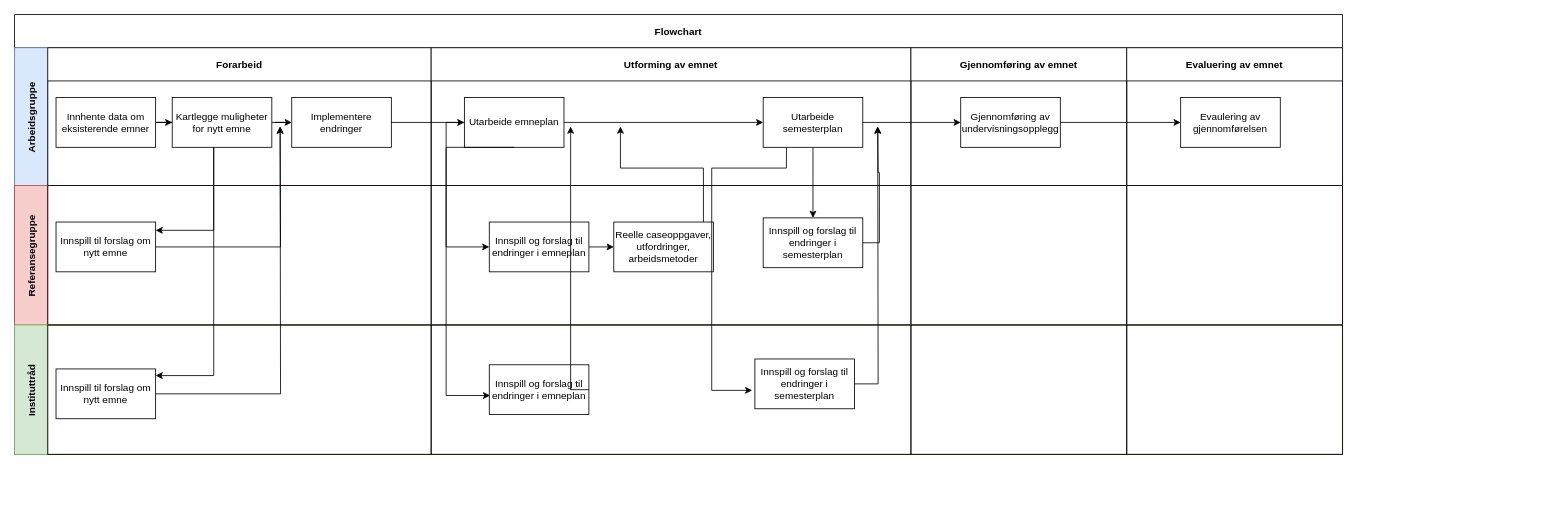
Before: flowinprogress.drawio in stianfuru/DIKU, a draw.io diagram. Source tidied: cells renumbered, new cells numbered last; positions are measured from the earlier drawing's top-left corner, leaving out a move shared by most shapes. Both pictures are drawn from the tidied source at 83%, with x=0, y=0 at pixel (14, 14).
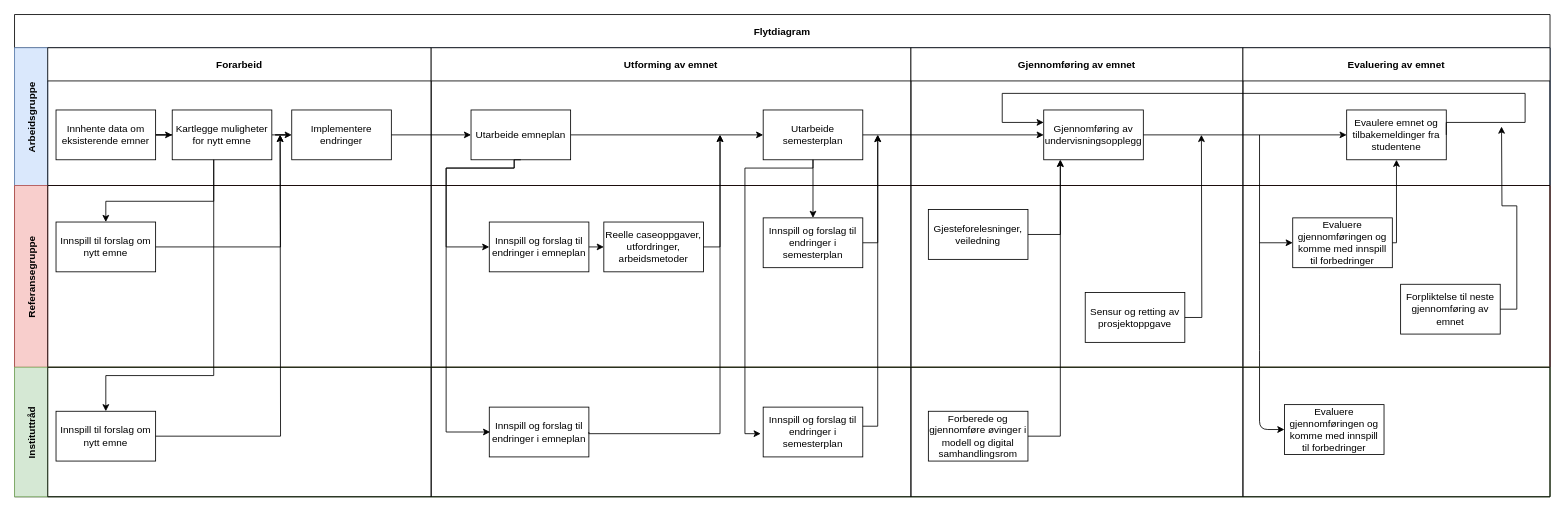
After the change.

The change refers to these unchanged cells:
```xml
<mxCell id="4" value="Forarbeid" style="swimlane;startSize=40;" parent="3" vertex="1">
  <mxGeometry x="40" width="462" height="166" as="geometry" />
</mxCell>
<mxCell id="10" value="Utforming av emnet" style="swimlane;startSize=40;" parent="3" vertex="1">
  <mxGeometry x="502" width="578" height="166" as="geometry" />
</mxCell>
<mxCell id="23" value="Innspill til forslag om nytt emne" style="rounded=0;whiteSpace=wrap;html=1;" parent="22" vertex="1">
  <mxGeometry x="10" y="44" width="120" height="60" as="geometry" />
</mxCell>
<mxCell id="26" value="Innspill og forslag til endringer i emneplan" style="rounded=0;whiteSpace=wrap;html=1;" parent="24" vertex="1">
  <mxGeometry x="70" y="44" width="120" height="60" as="geometry" />
</mxCell>
<mxCell id="27" value="Innspill og forslag til endringer i semesterplan" style="rounded=0;whiteSpace=wrap;html=1;" parent="24" vertex="1">
  <mxGeometry x="400" y="39" width="120" height="60" as="geometry" />
</mxCell>
<mxCell id="33" value="Innspill til forslag om nytt emne" style="rounded=0;whiteSpace=wrap;html=1;" parent="32" vertex="1">
  <mxGeometry x="10" y="53" width="120" height="60" as="geometry" />
</mxCell>
<mxCell id="34" style="swimlane;startSize=0;" parent="31" vertex="1">
  <mxGeometry x="502" width="578" height="156" as="geometry" />
</mxCell>
<mxCell id="35" value="Innspill og forslag til endringer i emneplan" style="rounded=0;whiteSpace=wrap;html=1;" parent="34" vertex="1">
  <mxGeometry x="70" y="48" width="120" height="60" as="geometry" />
</mxCell>
```

What changed in the source:
```diff
@@
-    <mxCell id="2" value="Flowchart" style="shape=table;childLayout=tableLayout;rowLines=0;columnLines=0;startSize=40;fontStyle=1;" parent="1" vertex="1">
-      <mxGeometry width="1600" height="530" as="geometry" />
+    <mxCell id="2" value="Flytdiagram" style="shape=table;childLayout=tableLayout;rowLines=0;columnLines=0;startSize=40;fontStyle=1;" parent="1" vertex="1">
+      <mxGeometry width="1850" height="581" as="geometry" />
     </mxCell>
     <mxCell id="3" value="Arbeidsgruppe" style="swimlane;horizontal=0;startSize=40;fillColor=#dae8fc;strokeColor=#6c8ebf;" parent="2" vertex="1">
-      <mxGeometry y="40" width="1600" height="166" as="geometry" />
+      <mxGeometry y="40" width="1850" height="166" as="geometry" />
     </mxCell>
@@
     <mxCell id="6" value="Innhente data om eksisterende emner" style="rounded=0;whiteSpace=wrap;html=1;" parent="4" vertex="1">
-      <mxGeometry x="10" y="60" width="120" height="60" as="geometry" />
+      <mxGeometry x="10" y="75" width="120" height="60" as="geometry" />
     </mxCell>
@@
     <mxCell id="8" value="Kartlegge muligheter for nytt emne" style="rounded=0;whiteSpace=wrap;html=1;" parent="4" vertex="1">
-      <mxGeometry x="150" y="60" width="120" height="60" as="geometry" />
+      <mxGeometry x="150" y="75" width="120" height="60" as="geometry" />
     </mxCell>
     <mxCell id="9" value="Implementere endringer" style="rounded=0;whiteSpace=wrap;html=1;" parent="4" vertex="1">
-      <mxGeometry x="294" y="60" width="120" height="60" as="geometry" />
+      <mxGeometry x="294" y="75" width="120" height="60" as="geometry" />
     </mxCell>
@@
     <mxCell id="12" value="Utarbeide emneplan" style="rounded=0;whiteSpace=wrap;html=1;" parent="10" vertex="1">
-      <mxGeometry x="40" y="60" width="120" height="60" as="geometry" />
+      <mxGeometry x="48" y="75" width="120" height="60" as="geometry" />
     </mxCell>
     <mxCell id="13" value="Utarbeide semesterplan" style="rounded=0;whiteSpace=wrap;html=1;" parent="10" vertex="1">
-      <mxGeometry x="400" y="60" width="120" height="60" as="geometry" />
+      <mxGeometry x="400" y="75" width="120" height="60" as="geometry" />
     </mxCell>
     <mxCell id="14" value="Gjennomføring av emnet" style="swimlane;startSize=40;" parent="3" vertex="1">
-      <mxGeometry x="1080" width="260" height="166" as="geometry" />
+      <mxGeometry x="1080" width="400" height="166" as="geometry" />
     </mxCell>
     <mxCell id="15" value="Gjennomføring av undervisningsopplegg" style="rounded=0;whiteSpace=wrap;html=1;" parent="14" vertex="1">
-      <mxGeometry x="60" y="60" width="120" height="60" as="geometry" />
+      <mxGeometry x="160" y="75" width="120" height="60" as="geometry" />
     </mxCell>
     <mxCell id="16" value="Evaluering av emnet" style="swimlane;startSize=40;" parent="3" vertex="1">
-      <mxGeometry x="1340" width="260" height="166" as="geometry" />
+      <mxGeometry x="1480" width="370" height="166" as="geometry" />
     </mxCell>
-    <mxCell id="17" value="Evaulering av gjennomførelsen" style="rounded=0;whiteSpace=wrap;html=1;" parent="16" vertex="1">
-      <mxGeometry x="65" y="60" width="120" height="60" as="geometry" />
+    <mxCell id="17" value="Evaulere emnet og tilbakemeldinger fra studentene" style="rounded=0;whiteSpace=wrap;html=1;" parent="16" vertex="1">
+      <mxGeometry x="125" y="75" width="120" height="60" as="geometry" />
     </mxCell>
@@
+    <mxCell id="51" style="edgeStyle=orthogonalEdgeStyle;rounded=0;jettySize=auto;html=1;exitX=1;exitY=0.5;exitDx=0;exitDy=0;" parent="3" edge="1" source="17">
+      <mxGeometry relative="1" as="geometry">
+        <mxPoint x="1240" y="90" as="targetPoint" />
+        <Array as="points">
+          <mxPoint x="1725" y="90" />
+          <mxPoint x="1820" y="90" />
+          <mxPoint x="1820" y="55" />
+          <mxPoint x="1190" y="55" />
+          <mxPoint x="1190" y="90" />
+          <mxPoint x="1240" y="90" />
+        </Array>
+      </mxGeometry>
+    </mxCell>
     <mxCell id="21" value="Referansegruppe" style="swimlane;horizontal=0;startSize=40;strokeColor=#b85450;fillColor=#F8CECC;" parent="2" vertex="1">
-      <mxGeometry y="206" width="1600" height="168" as="geometry" />
+      <mxGeometry y="206" width="1850" height="219" as="geometry" />
     </mxCell>
     <mxCell id="22" style="swimlane;startSize=0;gradientColor=#ffffff;fillColor=#000000;" parent="21" vertex="1">
-      <mxGeometry x="40" width="462" height="168" as="geometry" />
+      <mxGeometry x="40" width="462" height="219" as="geometry" />
     </mxCell>
@@
     <mxCell id="24" style="swimlane;startSize=0;" parent="21" vertex="1">
-      <mxGeometry x="502" width="578" height="168" as="geometry" />
+      <mxGeometry x="502" width="578" height="219" as="geometry" />
     </mxCell>
@@
     <mxCell id="28" value="Reelle caseoppgaver, utfordringer, arbeidsmetoder" style="rounded=0;whiteSpace=wrap;html=1;" parent="24" vertex="1">
-      <mxGeometry x="220" y="44" width="120" height="60" as="geometry" />
+      <mxGeometry x="208" y="44" width="120" height="60" as="geometry" />
     </mxCell>
     <mxCell id="29" style="swimlane;startSize=0;" parent="21" vertex="1">
-      <mxGeometry x="1080" width="260" height="168" as="geometry" />
+      <mxGeometry x="1080" width="400" height="219" as="geometry" />
     </mxCell>
+    <mxCell id="52" value="Gjesteforelesninger, veiledning" style="rounded=0;whiteSpace=wrap;html=1;" parent="29" vertex="1">
+      <mxGeometry x="21" y="29" width="120" height="60" as="geometry" />
+    </mxCell>
+    <mxCell id="53" value="Sensur og retting av prosjektoppgave" style="rounded=0;whiteSpace=wrap;html=1;" parent="29" vertex="1">
+      <mxGeometry x="210" y="129" width="120" height="60" as="geometry" />
+    </mxCell>
     <mxCell id="30" style="swimlane;startSize=0;" parent="21" vertex="1">
-      <mxGeometry x="1340" width="260" height="168" as="geometry" />
+      <mxGeometry x="1480" width="370" height="219" as="geometry" />
     </mxCell>
+    <mxCell id="54" value="Evaluere gjennomføringen og komme med innspill til forbedringer" style="rounded=0;whiteSpace=wrap;html=1;" parent="30" vertex="1">
+      <mxGeometry x="60" y="39" width="120" height="60" as="geometry" />
+    </mxCell>
+    <mxCell id="55" value="Forpliktelse til neste gjennomføring av emnet" style="rounded=0;whiteSpace=wrap;html=1;" parent="30" vertex="1">
+      <mxGeometry x="190" y="119" width="120" height="60" as="geometry" />
+    </mxCell>
+    <mxCell id="56" style="endArrow=classic;html=1;edgeStyle=orthogonalEdgeStyle;entryX=0;entryY=0.5;entryDx=0;entryDy=0;" parent="30" edge="1" target="58">
+      <mxGeometry relative="1" as="geometry">
+        <mxPoint x="20" y="-61" as="sourcePoint" />
+        <Array as="points">
+          <mxPoint x="20" y="189" />
+          <mxPoint x="20" y="189" />
+        </Array>
+      </mxGeometry>
+    </mxCell>
     <mxCell id="31" value="Instituttråd" style="swimlane;horizontal=0;startSize=40;fillColor=#d5e8d4;strokeColor=#82b366;" parent="2" vertex="1">
-      <mxGeometry y="374" width="1600" height="156" as="geometry" />
+      <mxGeometry y="425" width="1850" height="156" as="geometry" />
     </mxCell>
@@
     <mxCell id="36" value="Innspill og forslag til endringer i semesterplan" style="rounded=0;whiteSpace=wrap;html=1;" parent="34" vertex="1">
-      <mxGeometry x="390" y="41" width="120" height="60" as="geometry" />
+      <mxGeometry x="400" y="48" width="120" height="60" as="geometry" />
     </mxCell>
     <mxCell id="37" style="swimlane;startSize=0;" parent="31" vertex="1">
-      <mxGeometry x="1080" width="260" height="156" as="geometry" />
+      <mxGeometry x="1080" width="400" height="156" as="geometry" />
     </mxCell>
+    <mxCell id="57" value="Forberede og gjennomføre øvinger i modell og digital samhandlingsrom" style="rounded=0;whiteSpace=wrap;html=1;" parent="37" vertex="1">
+      <mxGeometry x="21" y="53" width="120" height="60" as="geometry" />
+    </mxCell>
     <mxCell id="38" style="swimlane;startSize=0;" parent="31" vertex="1">
-      <mxGeometry x="1340" width="260" height="156" as="geometry" />
+      <mxGeometry x="1480" width="370" height="156" as="geometry" />
     </mxCell>
+    <mxCell id="58" value="Evaluere gjennomføringen og komme med innspill til forbedringer" style="rounded=0;whiteSpace=wrap;html=1;" parent="38" vertex="1">
+      <mxGeometry x="50" y="45" width="120" height="60" as="geometry" />
+    </mxCell>
     <mxCell id="39" style="edgeStyle=orthogonalEdgeStyle;rounded=0;jettySize=auto;html=1;" parent="2" edge="1" source="8" target="23">
       <mxGeometry relative="1" as="geometry">
         <Array as="points">
-          <mxPoint x="240" y="260" />
+          <mxPoint x="240" y="225" />
+          <mxPoint x="110" y="225" />
         </Array>
       </mxGeometry>
     </mxCell>
@@
     <mxCell id="41" style="edgeStyle=orthogonalEdgeStyle;rounded=0;jettySize=auto;html=1;entryX=0;entryY=0.5;entryDx=0;entryDy=0;" parent="2" edge="1" source="12" target="26">
       <mxGeometry relative="1" as="geometry">
         <Array as="points">
+          <mxPoint x="602" y="185" />
+          <mxPoint x="520" y="185" />
           <mxPoint x="520" y="280" />
         </Array>
       </mxGeometry>
     </mxCell>
-    <mxCell id="42" style="edgeStyle=orthogonalEdgeStyle;rounded=0;jettySize=auto;html=1;exitX=0.5;exitY=1;exitDx=0;exitDy=0;entryX=0.008;entryY=0.617;entryDx=0;entryDy=0;entryPerimeter=0;" parent="2" edge="1" source="12" target="35">
+    <mxCell id="42" style="edgeStyle=orthogonalEdgeStyle;rounded=0;jettySize=auto;html=1;exitX=0.5;exitY=1;exitDx=0;exitDy=0;" parent="2" edge="1" source="12">
       <mxGeometry relative="1" as="geometry">
+        <mxPoint x="573" y="503" as="targetPoint" />
         <Array as="points">
-          <mxPoint x="520" y="160" />
-          <mxPoint x="520" y="459" />
+          <mxPoint x="602" y="175" />
+          <mxPoint x="602" y="185" />
+          <mxPoint x="520" y="185" />
+          <mxPoint x="520" y="503" />
+          <mxPoint x="573" y="503" />
         </Array>
       </mxGeometry>
     </mxCell>
-    <mxCell id="43" style="edgeStyle=orthogonalEdgeStyle;rounded=0;jettySize=auto;html=1;entryX=-0.027;entryY=0.63;entryDx=0;entryDy=0;entryPerimeter=0;" parent="2" edge="1" source="13" target="36">
+    <mxCell id="43" style="edgeStyle=orthogonalEdgeStyle;rounded=0;jettySize=auto;html=1;" parent="2" edge="1" source="13">
       <mxGeometry relative="1" as="geometry">
+        <mxPoint x="899" y="505" as="targetPoint" />
         <Array as="points">
-          <mxPoint x="930" y="185" />
-          <mxPoint x="840" y="185" />
-          <mxPoint x="840" y="453" />
+          <mxPoint x="962" y="185" />
+          <mxPoint x="880" y="185" />
+          <mxPoint x="880" y="505" />
+          <mxPoint x="899" y="505" />
         </Array>
       </mxGeometry>
     </mxCell>
@@
+    <mxCell id="59" style="edgeStyle=orthogonalEdgeStyle;rounded=0;jettySize=auto;html=1;" parent="2" edge="1" source="52">
+      <mxGeometry relative="1" as="geometry">
+        <mxPoint x="1260" y="175" as="targetPoint" />
+        <Array as="points">
+          <mxPoint x="1260" y="265" />
+        </Array>
+      </mxGeometry>
+    </mxCell>
+    <mxCell id="60" style="edgeStyle=orthogonalEdgeStyle;rounded=0;jettySize=auto;html=1;" parent="2" edge="1" source="57" target="15">
+      <mxGeometry relative="1" as="geometry">
+        <Array as="points">
+          <mxPoint x="1260" y="508" />
+        </Array>
+      </mxGeometry>
+    </mxCell>
+    <mxCell id="61" style="edgeStyle=orthogonalEdgeStyle;rounded=0;jettySize=auto;html=1;entryX=0.5;entryY=1;entryDx=0;entryDy=0;" parent="2" edge="1" source="54" target="17">
+      <mxGeometry relative="1" as="geometry">
+        <Array as="points">
+          <mxPoint x="1665" y="275" />
+        </Array>
+      </mxGeometry>
+    </mxCell>
     <mxCell id="45" style="edgeStyle=orthogonalEdgeStyle;rounded=0;jettySize=auto;html=1;exitX=1;exitY=0.5;exitDx=0;exitDy=0;" parent="1" edge="1" source="33">
       <mxGeometry relative="1" as="geometry">
-        <mxPoint x="320" y="135" as="targetPoint" />
+        <mxPoint x="320" y="145" as="targetPoint" />
       </mxGeometry>
     </mxCell>
     <mxCell id="46" style="edgeStyle=orthogonalEdgeStyle;rounded=0;jettySize=auto;html=1;exitX=1;exitY=0.5;exitDx=0;exitDy=0;" parent="1" edge="1" source="23">
       <mxGeometry relative="1" as="geometry">
-        <mxPoint x="320" y="135" as="targetPoint" />
+        <mxPoint x="320" y="145" as="targetPoint" />
       </mxGeometry>
     </mxCell>
     <mxCell id="47" style="edgeStyle=orthogonalEdgeStyle;rounded=0;jettySize=auto;html=1;exitX=1;exitY=0.5;exitDx=0;exitDy=0;" parent="1" edge="1" source="35">
       <mxGeometry relative="1" as="geometry">
-        <mxPoint x="670" y="135" as="targetPoint" />
+        <mxPoint x="850" y="145" as="targetPoint" />
         <Array as="points">
-          <mxPoint x="670" y="452" />
-          <mxPoint x="670" y="135" />
+          <mxPoint x="692" y="505" />
+          <mxPoint x="850" y="505" />
         </Array>
       </mxGeometry>
     </mxCell>
     <mxCell id="48" style="edgeStyle=orthogonalEdgeStyle;rounded=0;jettySize=auto;html=1;" parent="1" edge="1" source="36">
       <mxGeometry relative="1" as="geometry">
-        <mxPoint x="1040" y="135" as="targetPoint" />
+        <mxPoint x="1040" y="145" as="targetPoint" />
+        <Array as="points">
+          <mxPoint x="1040" y="496" />
+        </Array>
       </mxGeometry>
     </mxCell>
     <mxCell id="49" style="edgeStyle=orthogonalEdgeStyle;rounded=0;jettySize=auto;html=1;exitX=1;exitY=0.5;exitDx=0;exitDy=0;" parent="1" edge="1" source="27">
       <mxGeometry relative="1" as="geometry">
-        <mxPoint x="1040" y="135" as="targetPoint" />
+        <mxPoint x="1040" y="145" as="targetPoint" />
+        <Array as="points">
+          <mxPoint x="1040" y="275" />
+        </Array>
       </mxGeometry>
     </mxCell>
     <mxCell id="50" style="edgeStyle=orthogonalEdgeStyle;rounded=0;jettySize=auto;html=1;" parent="1" edge="1" source="28">
       <mxGeometry relative="1" as="geometry">
-        <mxPoint x="730" y="135" as="targetPoint" />
+        <mxPoint x="850" y="145" as="targetPoint" />
         <Array as="points">
-          <mxPoint x="830" y="280" />
-          <mxPoint x="830" y="185" />
-          <mxPoint x="730" y="185" />
+          <mxPoint x="850" y="280" />
         </Array>
       </mxGeometry>
     </mxCell>
+    <mxCell id="62" style="edgeStyle=orthogonalEdgeStyle;rounded=0;jettySize=auto;html=1;" parent="1" edge="1" source="53">
+      <mxGeometry relative="1" as="geometry">
+        <mxPoint x="1430" y="145" as="targetPoint" />
+      </mxGeometry>
+    </mxCell>
+    <mxCell id="63" style="endArrow=classic;html=1;entryX=0;entryY=0.5;entryDx=0;entryDy=0;" parent="1" edge="1" target="54">
+      <mxGeometry relative="1" as="geometry">
+        <mxPoint x="1500" y="275" as="sourcePoint" />
+      </mxGeometry>
+    </mxCell>
+    <mxCell id="64" style="edgeStyle=orthogonalEdgeStyle;rounded=0;jettySize=auto;html=1;" parent="1" edge="1" source="55">
+      <mxGeometry relative="1" as="geometry">
+        <mxPoint x="1791.6" y="135" as="targetPoint" />
+      </mxGeometry>
+    </mxCell>
```
